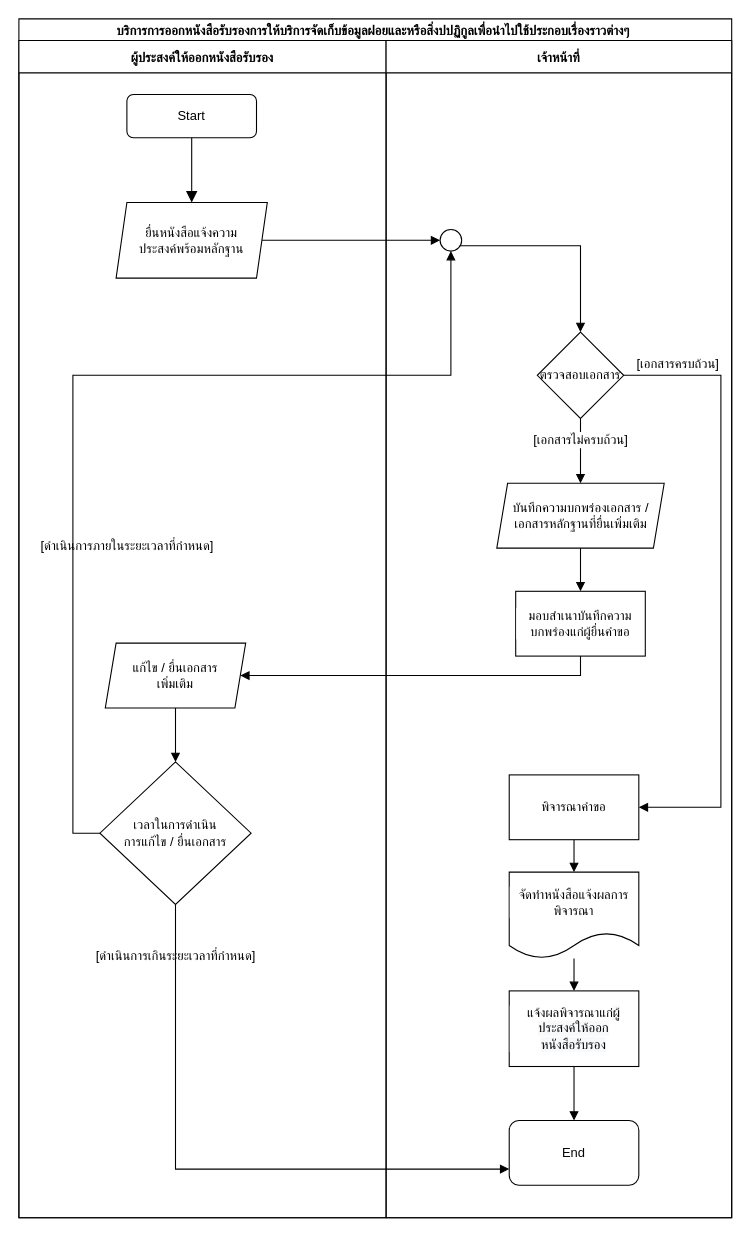
This is page "Service 1" (1 of 6) of Untitled Diagram.drawio from Nutchayaporn/FlowDiagram-13service, a draw.io file, before an edit. Source tidied: cells renumbered, new cells numbered last; positions are measured from the earlier drawing's top-left corner, leaving out a move shared by most shapes. Both pictures are drawn from the tidied source at 108%, with x=0, y=0 at pixel (18, 18).
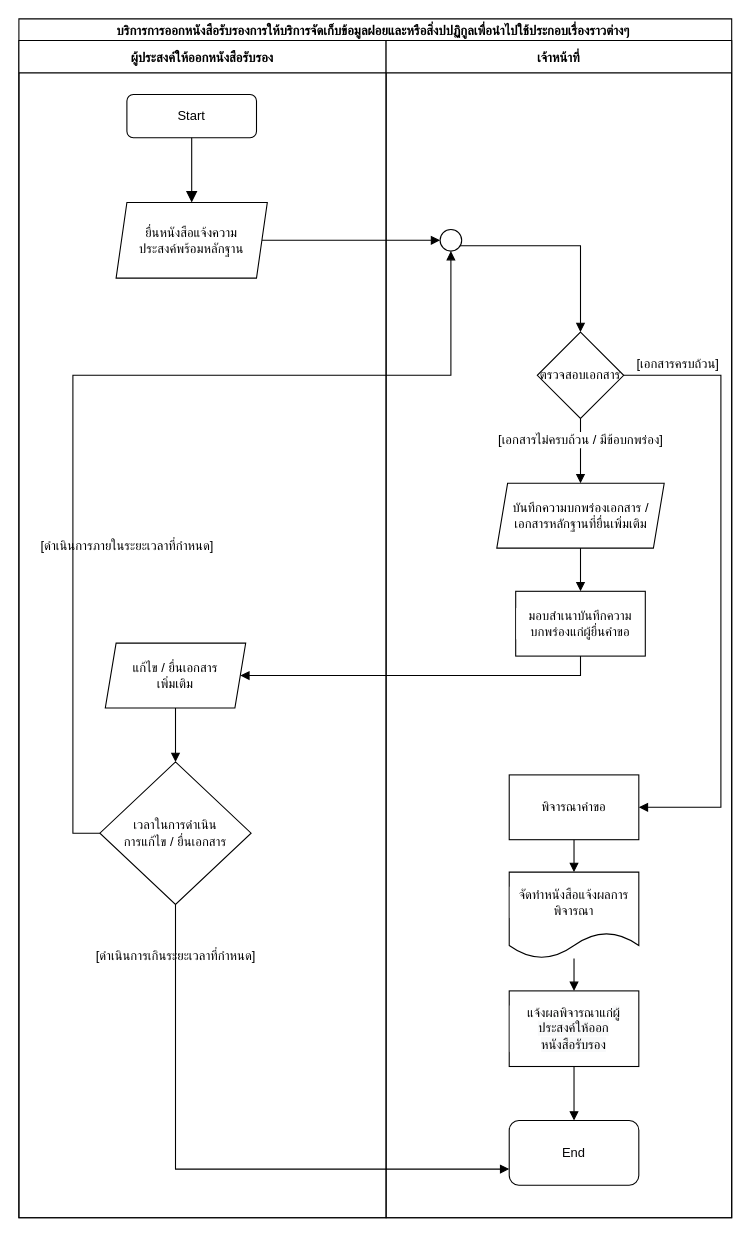
After the change.

The change refers to these unchanged cells:
```xml
<mxCell id="14" value="เจ้าหน้าที่" style="swimlane;startSize=30;" parent="2" vertex="1">
  <mxGeometry x="340" y="20" width="320" height="1090" as="geometry" />
</mxCell>
```

What changed in the source:
```diff
@@
-    <mxCell id="17" value="[เอกสารไม่ครบถ้วน]" style="text;html=1;align=center;verticalAlign=middle;fontSize=12;fontFamily=Helvetica;labelBackgroundColor=default;" parent="14" vertex="1">
-      <mxGeometry x="125" y="360" width="110" height="20" as="geometry" />
+    <mxCell id="17" value="[เอกสารไม่ครบถ้วน / มีข้อบกพร่อง]" style="text;html=1;align=center;verticalAlign=middle;fontSize=12;fontFamily=Helvetica;labelBackgroundColor=default;" parent="14" vertex="1">
+      <mxGeometry x="85" y="360" width="190" height="20" as="geometry" />
     </mxCell>
```
